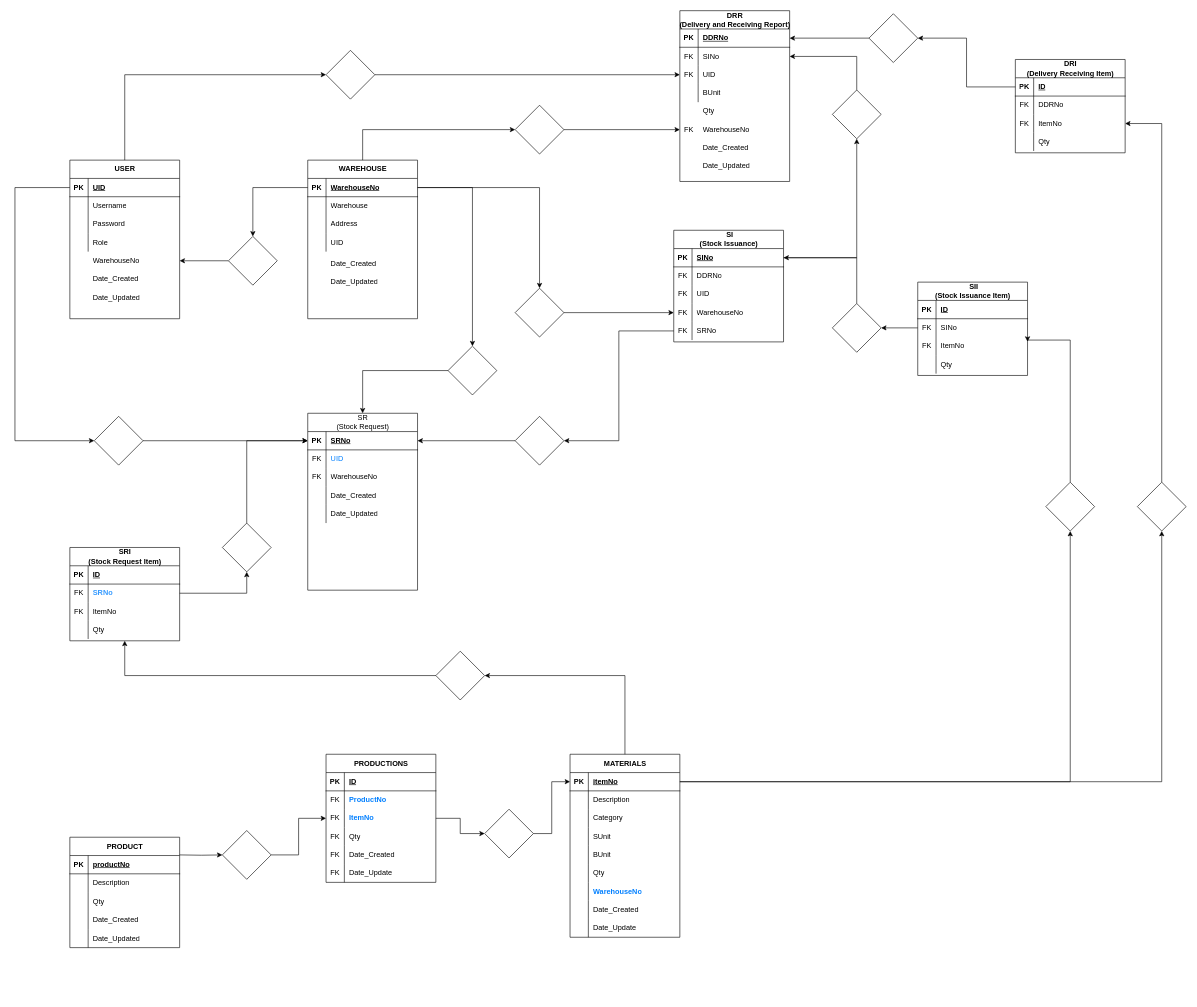
ediangca/ACES-POS keeps this draw.io diagram as Diagram.drawio. Above is the earlier version. Source tidied: cells renumbered, new cells numbered last; positions are measured from the earlier drawing's top-left corner, leaving out a move shared by most shapes. Both pictures are drawn from the tidied source at 61%, with x=0, y=0 at pixel (15, 10).
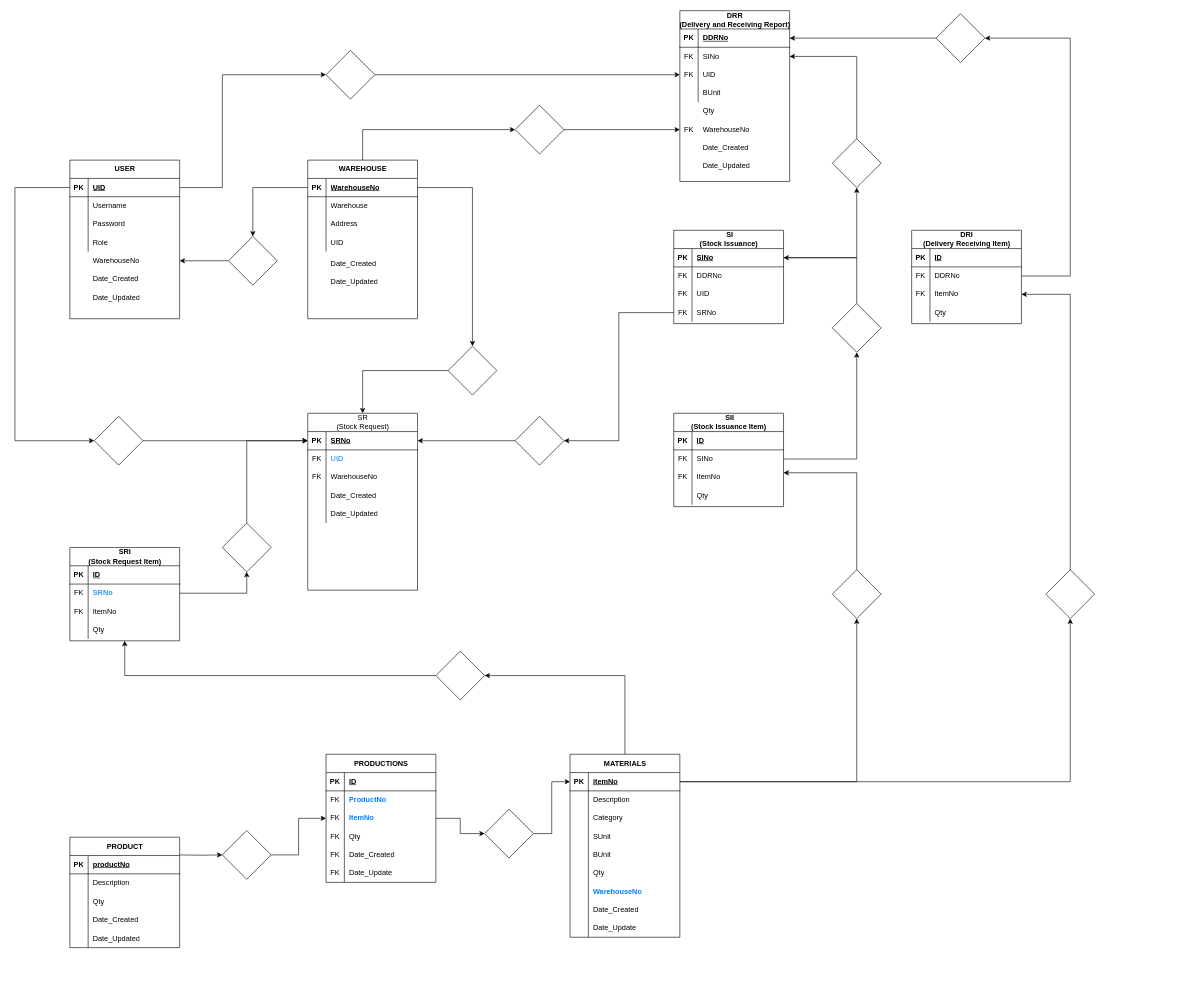
Above is the later version.

The change refers to these unchanged cells:
```xml
<mxCell id="3" value="USER" style="shape=table;startSize=30;childLayout=tableLayout;rowLines=0;fontStyle=1;align=center;html=1;" parent="2" vertex="1">
  <mxGeometry width="180" height="260" as="geometry" />
</mxCell>
<mxCell id="6" value="UID" style="shape=partialRectangle;fillColor=none;top=0;left=0;bottom=0;right=0;align=left;spacingLeft=6;fontStyle=5;overflow=hidden;whiteSpace=wrap;html=1;" parent="4" vertex="1">
  <mxGeometry x="30" width="150" height="30" as="geometry" />
</mxCell>
<mxCell id="51" value="itemNo" style="shape=partialRectangle;fillColor=none;top=0;left=0;bottom=0;right=0;align=left;spacingLeft=6;fontStyle=5;overflow=hidden;whiteSpace=wrap;html=1;" parent="49" vertex="1">
  <mxGeometry x="30" width="150" height="30" as="geometry" />
</mxCell>
<mxCell id="176" value="PK" style="shape=partialRectangle;fillColor=none;top=0;left=0;bottom=0;right=0;fontStyle=1;overflow=hidden;whiteSpace=wrap;html=1;" parent="175" vertex="1">
  <mxGeometry width="30" height="30" as="geometry" />
</mxCell>
<mxCell id="180" value="DDRNo" style="shape=partialRectangle;fillColor=none;top=0;left=0;bottom=0;right=0;align=left;spacingLeft=6;overflow=hidden;whiteSpace=wrap;html=1;" parent="178" vertex="1">
  <mxGeometry x="30" width="150" height="30" as="geometry" />
</mxCell>
<mxCell id="183" value="ItemNo" style="shape=partialRectangle;fillColor=none;top=0;left=0;bottom=0;right=0;align=left;spacingLeft=6;overflow=hidden;whiteSpace=wrap;html=1;" parent="181" vertex="1">
  <mxGeometry x="30" width="150" height="30" as="geometry" />
</mxCell>
<mxCell id="193" style="rhombus;whiteSpace=wrap;html=1;startSize=30;fontStyle=1;" parent="1" vertex="1">
  <mxGeometry x="510" y="65" width="80" height="80" as="geometry" />
</mxCell>
<mxCell id="200" value="WarehouseNo" style="shape=partialRectangle;fillColor=none;top=0;left=0;bottom=0;right=0;align=left;spacingLeft=6;fontStyle=5;overflow=hidden;whiteSpace=wrap;html=1;" parent="198" vertex="1">
  <mxGeometry x="30" width="150" height="30" as="geometry" />
</mxCell>
<mxCell id="241" value="FK" style="shape=partialRectangle;fillColor=none;top=0;left=0;bottom=0;right=0;overflow=hidden;whiteSpace=wrap;html=1;" parent="240" vertex="1">
  <mxGeometry width="30" height="30" as="geometry" />
</mxCell>
<mxCell id="242" value="SINo" style="shape=partialRectangle;fillColor=none;top=0;left=0;bottom=0;right=0;align=left;spacingLeft=6;overflow=hidden;whiteSpace=wrap;html=1;" parent="240" vertex="1">
  <mxGeometry x="30" width="150" height="30" as="geometry" />
</mxCell>
<mxCell id="245" value="ItemNo" style="shape=partialRectangle;fillColor=none;top=0;left=0;bottom=0;right=0;align=left;spacingLeft=6;overflow=hidden;whiteSpace=wrap;html=1;" parent="243" vertex="1">
  <mxGeometry x="30" width="150" height="30" as="geometry" />
</mxCell>
<mxCell id="250" style="rhombus;whiteSpace=wrap;html=1;startSize=30;fontStyle=1;" parent="1" vertex="1">
  <mxGeometry x="1340" y="480" width="80" height="80" as="geometry" />
</mxCell>
```

Change to the diagram source:
```diff
@@
     <mxCell id="174" value="DRI&lt;div&gt;(Delivery Receiving Item)&lt;/div&gt;" style="shape=table;startSize=30;childLayout=tableLayout;rowLines=0;fontStyle=1;align=center;html=1;" parent="1" vertex="1">
-      <mxGeometry x="1640" y="80" width="180" height="153" as="geometry" />
+      <mxGeometry x="1470" y="360" width="180" height="153" as="geometry" />
     </mxCell>
@@
     <mxCell id="188" style="rhombus;whiteSpace=wrap;html=1;startSize=30;fontStyle=1;" parent="1" vertex="1">
-      <mxGeometry x="1400" y="5" width="80" height="80" as="geometry" />
+      <mxGeometry x="1510" y="5" width="80" height="80" as="geometry" />
     </mxCell>
@@
     <mxCell id="190" style="edgeStyle=orthogonalEdgeStyle;rounded=0;jettySize=auto;html=1;entryX=1;entryY=0.5;entryDx=0;entryDy=0;fontFamily=Helvetica;fontSize=12;fontColor=default;fontStyle=1;exitX=0.5;exitY=0;exitDx=0;exitDy=0;" parent="1" edge="1" source="191" target="183">
       <mxGeometry relative="1" as="geometry">
         <Array as="points">
-          <mxPoint x="1880" y="185" />
+          <mxPoint x="1730" y="820" />
+          <mxPoint x="1730" y="465" />
         </Array>
       </mxGeometry>
     </mxCell>
     <mxCell id="191" style="rhombus;whiteSpace=wrap;html=1;startSize=30;fontStyle=1;" parent="1" vertex="1">
-      <mxGeometry x="1840" y="773" width="80" height="80" as="geometry" />
+      <mxGeometry x="1690" y="916.5" width="80" height="80" as="geometry" />
     </mxCell>
@@
-    <mxCell id="194" style="edgeStyle=orthogonalEdgeStyle;rounded=0;jettySize=auto;html=1;entryX=0;entryY=0.5;entryDx=0;entryDy=0;fontFamily=Helvetica;fontSize=12;fontColor=default;fontStyle=1;exitX=0.5;exitY=0;exitDx=0;exitDy=0;" parent="1" edge="1" source="3" target="193">
+    <mxCell id="194" style="edgeStyle=orthogonalEdgeStyle;rounded=0;jettySize=auto;html=1;entryX=0;entryY=0.5;entryDx=0;entryDy=0;fontFamily=Helvetica;fontSize=12;fontColor=default;fontStyle=1;exitX=1;exitY=0.5;exitDx=0;exitDy=0;" parent="1" edge="1" source="6" target="193">
       <mxGeometry relative="1" as="geometry">
         <Array as="points">
-          <mxPoint x="180" y="105" />
+          <mxPoint x="340" y="290" />
+          <mxPoint x="340" y="105" />
         </Array>
       </mxGeometry>
     </mxCell>
@@
-    <mxCell id="216" style="rhombus;whiteSpace=wrap;html=1;startSize=30;fontStyle=1;" parent="1" vertex="1">
-      <mxGeometry x="820" y="455" width="80" height="80" as="geometry" />
-    </mxCell>
-    <mxCell id="217" style="edgeStyle=orthogonalEdgeStyle;rounded=0;jettySize=auto;html=1;fontFamily=Helvetica;fontSize=12;fontColor=default;fontStyle=1;exitX=1;exitY=0.5;exitDx=0;exitDy=0;" parent="1" edge="1" source="200" target="216">
-      <mxGeometry relative="1" as="geometry" />
-    </mxCell>
-    <mxCell id="218" style="edgeStyle=orthogonalEdgeStyle;rounded=0;jettySize=auto;html=1;entryX=1;entryY=0.5;entryDx=0;entryDy=0;fontFamily=Helvetica;fontSize=12;fontColor=default;fontStyle=1;" parent="1" edge="1" source="176" target="188">
-      <mxGeometry relative="1" as="geometry" />
+    <mxCell id="218" style="edgeStyle=orthogonalEdgeStyle;rounded=0;jettySize=auto;html=1;entryX=1;entryY=0.5;entryDx=0;entryDy=0;fontFamily=Helvetica;fontSize=12;fontColor=default;fontStyle=1;exitX=1;exitY=0.5;exitDx=0;exitDy=0;" parent="1" edge="1" source="180" target="188">
+      <mxGeometry relative="1" as="geometry">
+        <Array as="points">
+          <mxPoint x="1730" y="435" />
+          <mxPoint x="1730" y="45" />
+        </Array>
+      </mxGeometry>
     </mxCell>
@@
     <mxCell id="220" value="&lt;div&gt;&amp;nbsp;SI&lt;/div&gt;&lt;div&gt;(Stock Issuance)&lt;/div&gt;" style="shape=table;startSize=30;childLayout=tableLayout;rowLines=0;fontStyle=1;align=center;html=1;" parent="1" vertex="1">
-      <mxGeometry x="1080" y="360" width="180" height="183" as="geometry" />
+      <mxGeometry x="1080" y="360" width="180" height="153" as="geometry" />
     </mxCell>
@@
-    <mxCell id="230" style="shape=tableRow;horizontal=0;startSize=0;swimlaneHead=0;swimlaneBody=0;fillColor=none;top=0;left=0;right=0;bottom=0;" parent="220" vertex="1">
-      <mxGeometry y="120" width="180" height="30" as="geometry" />
-    </mxCell>
-    <mxCell id="231" value="FK" style="shape=partialRectangle;fillColor=none;top=0;left=0;bottom=0;right=0;overflow=hidden;whiteSpace=wrap;html=1;" parent="230" vertex="1">
-      <mxGeometry width="30" height="30" as="geometry" />
-    </mxCell>
-    <mxCell id="232" value="WarehouseNo" style="shape=partialRectangle;fillColor=none;top=0;left=0;bottom=0;right=0;align=left;spacingLeft=6;overflow=hidden;whiteSpace=wrap;html=1;" parent="230" vertex="1">
-      <mxGeometry x="30" width="150" height="30" as="geometry" />
-    </mxCell>
     <mxCell id="233" style="shape=tableRow;horizontal=0;startSize=0;swimlaneHead=0;swimlaneBody=0;fillColor=none;top=0;left=0;right=0;bottom=0;" parent="220" vertex="1">
-      <mxGeometry y="150" width="180" height="30" as="geometry" />
+      <mxGeometry y="120" width="180" height="30" as="geometry" />
     </mxCell>
@@
     <mxCell id="236" value="&lt;div&gt;&amp;nbsp;SII&lt;/div&gt;&lt;div&gt;(Stock Issuance Item)&lt;/div&gt;" style="shape=table;startSize=30;childLayout=tableLayout;rowLines=0;fontStyle=1;align=center;html=1;" parent="1" vertex="1">
-      <mxGeometry x="1480" y="445" width="180" height="153" as="geometry" />
+      <mxGeometry x="1080" y="660" width="180" height="153" as="geometry" />
     </mxCell>
@@
-    <mxCell id="251" style="edgeStyle=orthogonalEdgeStyle;rounded=0;jettySize=auto;html=1;entryX=1;entryY=0.5;entryDx=0;entryDy=0;fontFamily=Helvetica;fontSize=12;fontColor=default;fontStyle=1;" parent="1" edge="1" source="241" target="250">
+    <mxCell id="251" style="edgeStyle=orthogonalEdgeStyle;rounded=0;jettySize=auto;html=1;entryX=0.5;entryY=1;entryDx=0;entryDy=0;fontFamily=Helvetica;fontSize=12;fontColor=default;fontStyle=1;exitX=1;exitY=0.5;exitDx=0;exitDy=0;" parent="1" edge="1" source="242" target="250">
       <mxGeometry relative="1" as="geometry" />
     </mxCell>
@@
     <mxCell id="253" style="rhombus;whiteSpace=wrap;html=1;startSize=30;fontStyle=1;" parent="1" vertex="1">
-      <mxGeometry x="1340" y="130" width="80" height="80" as="geometry" />
+      <mxGeometry x="1340" y="210" width="80" height="80" as="geometry" />
     </mxCell>
-    <mxCell id="254" style="edgeStyle=orthogonalEdgeStyle;rounded=0;jettySize=auto;html=1;entryX=0;entryY=0.5;entryDx=0;entryDy=0;fontFamily=Helvetica;fontSize=12;fontColor=default;fontStyle=1;" parent="1" edge="1" source="216" target="231">
-      <mxGeometry relative="1" as="geometry" />
-    </mxCell>
@@
     <mxCell id="258" style="edgeStyle=orthogonalEdgeStyle;rounded=0;jettySize=auto;html=1;entryX=1;entryY=0.25;entryDx=0;entryDy=0;fontFamily=Helvetica;fontSize=12;fontColor=default;fontStyle=1;exitX=0.5;exitY=0;exitDx=0;exitDy=0;" parent="1" edge="1" source="259" target="245">
       <mxGeometry relative="1" as="geometry">
         <Array as="points">
-          <mxPoint x="1730" y="540" />
-          <mxPoint x="1660" y="540" />
+          <mxPoint x="1380" y="758" />
         </Array>
       </mxGeometry>
     </mxCell>
     <mxCell id="259" style="rhombus;whiteSpace=wrap;html=1;startSize=30;fontStyle=1;" parent="1" vertex="1">
-      <mxGeometry x="1690" y="773" width="80" height="80" as="geometry" />
+      <mxGeometry x="1340" y="916.5" width="80" height="80" as="geometry" />
     </mxCell>
     <mxCell id="260" style="edgeStyle=orthogonalEdgeStyle;rounded=0;jettySize=auto;html=1;fontFamily=Helvetica;fontSize=12;fontColor=default;fontStyle=1;exitX=1;exitY=0.5;exitDx=0;exitDy=0;entryX=0.5;entryY=1;entryDx=0;entryDy=0;" parent="1" edge="1" source="51" target="259">
       <mxGeometry relative="1" as="geometry">
         <Array as="points">
-          <mxPoint x="1730" y="1264" />
+          <mxPoint x="1380" y="1264" />
         </Array>
       </mxGeometry>
     </mxCell>
```
